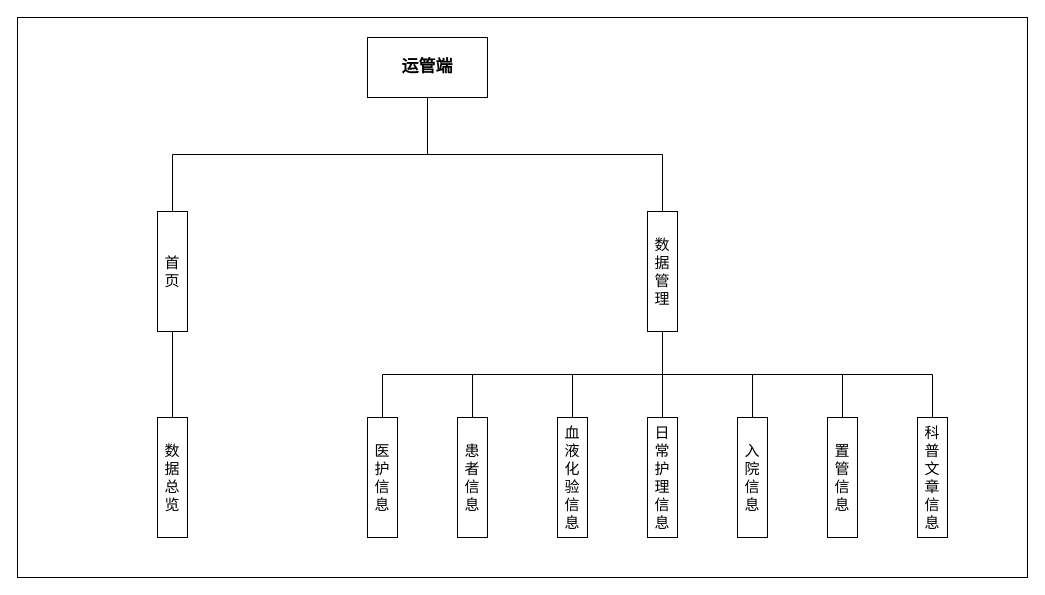
Earlier version of the draw.io diagram 运管端功能图.drawio (ssssszj/Drawio). Source tidied: cells renumbered, new cells numbered last; positions are measured from the earlier drawing's top-left corner, leaving out a move shared by most shapes. Both pictures are drawn from the tidied source at 100%, with x=0, y=0 at pixel (17, 17).
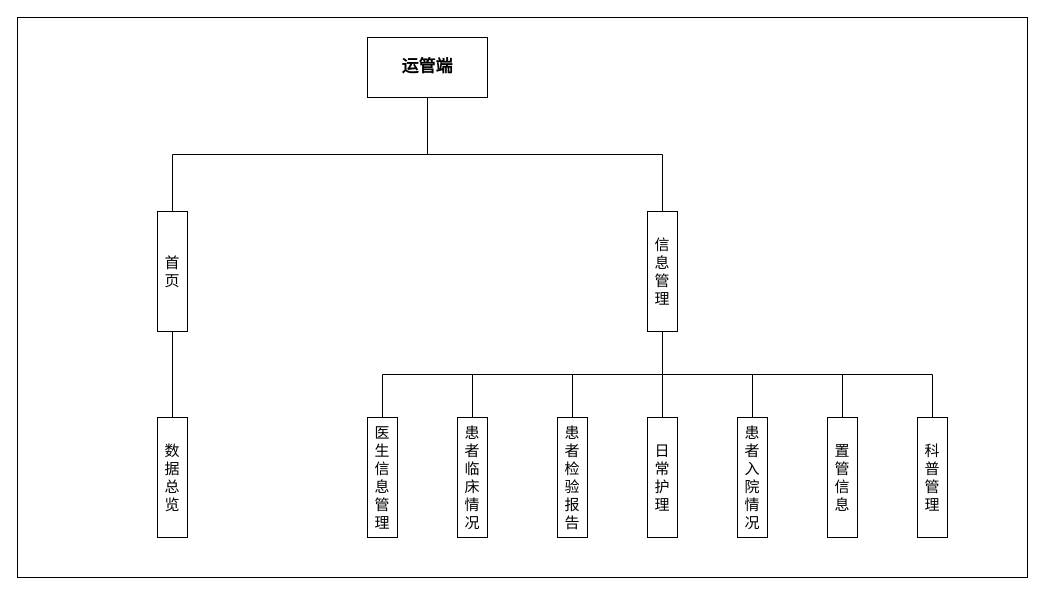
Above is the later version.

Commit message:
更新运管端功能图.drawio

Diff of the diagram source:
```diff
@@
-    <mxCell id="13" value="&lt;font style=&quot;font-size: 15px;&quot;&gt;数据管理&lt;/font&gt;" style="rounded=0;whiteSpace=wrap;html=1;" parent="1" vertex="1">
+    <mxCell id="13" value="&lt;font style=&quot;font-size: 15px;&quot;&gt;信息管理&lt;/font&gt;" style="rounded=0;whiteSpace=wrap;html=1;" parent="1" vertex="1">
       <mxGeometry x="630" y="194" width="30" height="120" as="geometry" />
     </mxCell>
@@
-    <mxCell id="16" value="&lt;font style=&quot;font-size: 15px;&quot;&gt;患者信息&lt;/font&gt;" style="rounded=0;whiteSpace=wrap;html=1;" parent="1" vertex="1">
+    <mxCell id="16" value="&lt;font style=&quot;font-size: 15px;&quot;&gt;患者临床情况&lt;/font&gt;" style="rounded=0;whiteSpace=wrap;html=1;" parent="1" vertex="1">
       <mxGeometry x="440" y="400" width="30" height="120" as="geometry" />
     </mxCell>
-    <mxCell id="17" value="&lt;font style=&quot;font-size: 15px;&quot;&gt;血液化验信息&lt;/font&gt;" style="rounded=0;whiteSpace=wrap;html=1;" parent="1" vertex="1">
+    <mxCell id="17" value="&lt;font style=&quot;font-size: 15px;&quot;&gt;患者检验报告&lt;/font&gt;" style="rounded=0;whiteSpace=wrap;html=1;" parent="1" vertex="1">
       <mxGeometry x="540" y="400" width="30" height="120" as="geometry" />
     </mxCell>
-    <mxCell id="18" value="&lt;font style=&quot;font-size: 15px;&quot;&gt;日常护理信息&lt;/font&gt;" style="rounded=0;whiteSpace=wrap;html=1;" parent="1" vertex="1">
+    <mxCell id="18" value="&lt;font style=&quot;font-size: 15px;&quot;&gt;日常护理&lt;/font&gt;" style="rounded=0;whiteSpace=wrap;html=1;" parent="1" vertex="1">
       <mxGeometry x="630" y="400" width="30" height="120" as="geometry" />
     </mxCell>
@@
-    <mxCell id="20" value="&lt;font style=&quot;font-size: 15px;&quot;&gt;医护信息&lt;/font&gt;" style="rounded=0;whiteSpace=wrap;html=1;" parent="1" vertex="1">
+    <mxCell id="20" value="&lt;font style=&quot;font-size: 15px;&quot;&gt;医生信息管理&lt;/font&gt;" style="rounded=0;whiteSpace=wrap;html=1;" parent="1" vertex="1">
       <mxGeometry x="350" y="400" width="30" height="120" as="geometry" />
     </mxCell>
-    <mxCell id="21" value="&lt;span style=&quot;font-size: 15px;&quot;&gt;入院信息&lt;/span&gt;" style="rounded=0;whiteSpace=wrap;html=1;" parent="1" vertex="1">
+    <mxCell id="21" value="&lt;span style=&quot;font-size: 15px;&quot;&gt;患者入院情况&lt;/span&gt;" style="rounded=0;whiteSpace=wrap;html=1;" parent="1" vertex="1">
       <mxGeometry x="720" y="400" width="30" height="120" as="geometry" />
     </mxCell>
-    <mxCell id="22" value="&lt;span style=&quot;font-size: 15px;&quot;&gt;科普文章信息&lt;/span&gt;" style="rounded=0;whiteSpace=wrap;html=1;" parent="1" vertex="1">
+    <mxCell id="22" value="&lt;span style=&quot;font-size: 15px;&quot;&gt;科普管理&lt;/span&gt;" style="rounded=0;whiteSpace=wrap;html=1;" parent="1" vertex="1">
       <mxGeometry x="900" y="400" width="30" height="120" as="geometry" />
     </mxCell>
```
